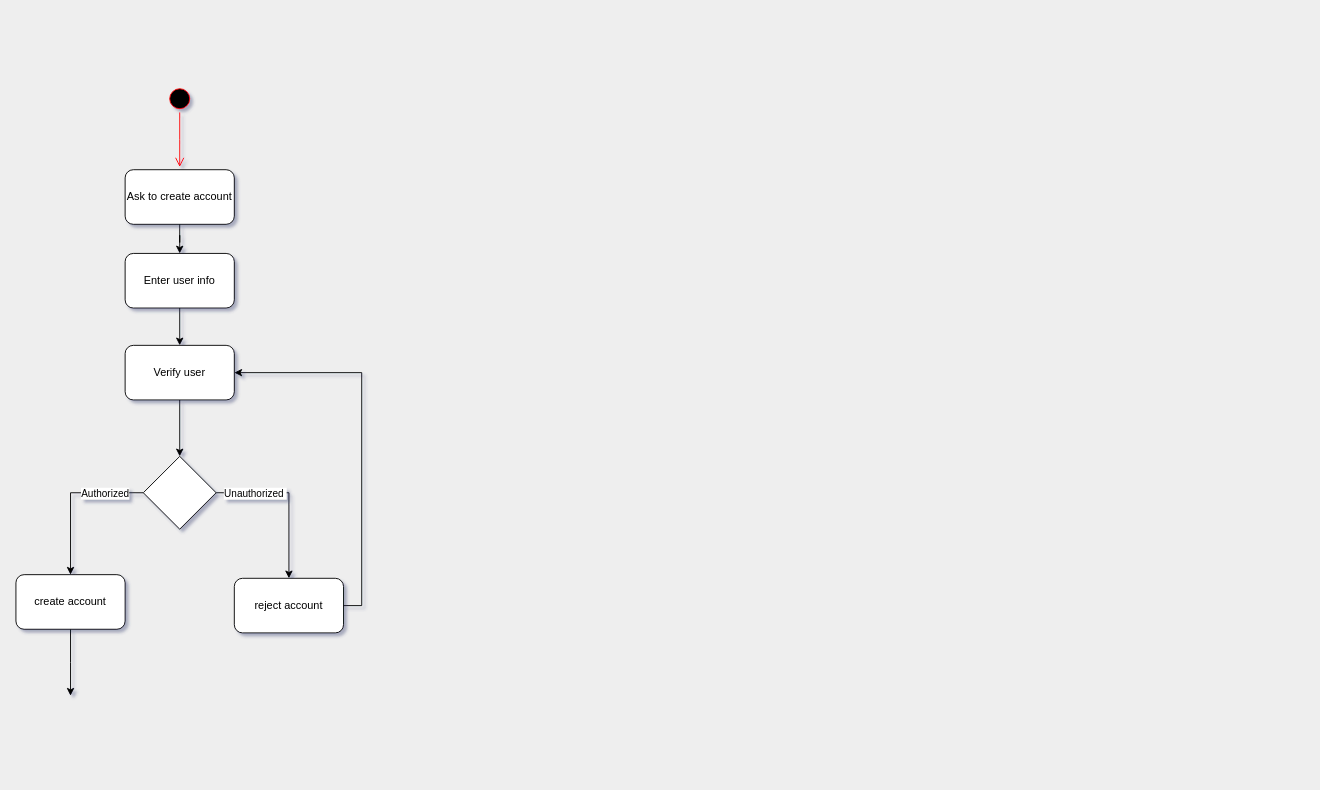
This is SchoolMSCalssDiagram.drawio from hassancodeanwar/Python_Pojects, a draw.io file, before an edit. Source tidied: cells renumbered, new cells numbered last; positions are measured from the earlier drawing's top-left corner, leaving out a move shared by most shapes. Both pictures are drawn from the tidied source at 91%, with x=0, y=0 at pixel (15, 85).
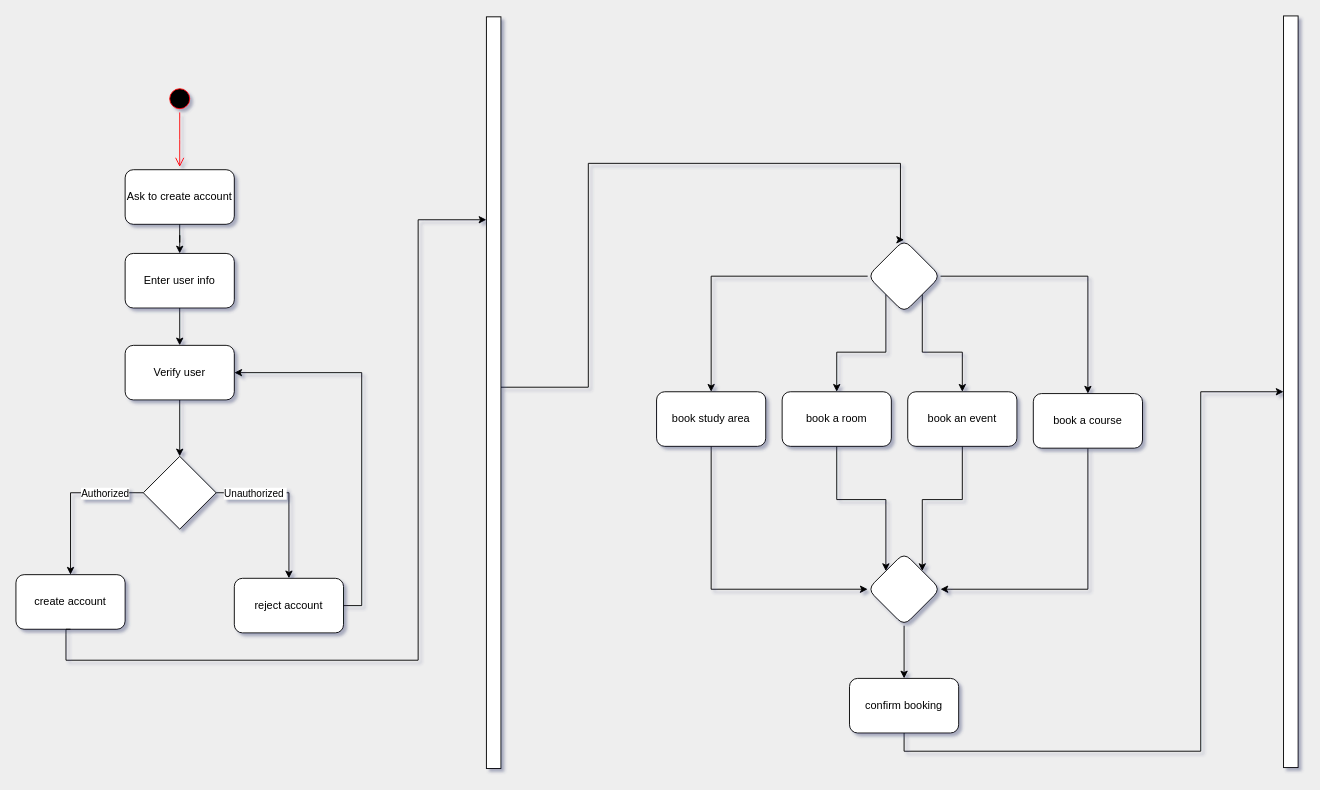
Above is the later version.

Unchanged cells that the change refers to:
```xml
<mxCell id="16" value="create account" style="rounded=1;whiteSpace=wrap;html=1;" parent="1" vertex="1">
  <mxGeometry y="538" width="120" height="60" as="geometry" />
</mxCell>
```

Change to the diagram source:
```diff
@@
-    <mxCell id="15" style="edgeStyle=orthogonalEdgeStyle;rounded=0;jettySize=auto;html=1;exitX=0.5;exitY=1;exitDx=0;exitDy=0;entryX=0.5;entryY=0;entryDx=0;entryDy=0;" parent="1" edge="1" source="16">
-      <mxGeometry relative="1" as="geometry">
-        <mxPoint x="60" y="671" as="targetPoint" />
-      </mxGeometry>
-    </mxCell>
@@
+    <mxCell id="19" style="edgeStyle=orthogonalEdgeStyle;rounded=0;jettySize=auto;html=1;" parent="1" edge="1" source="23" target="25">
+      <mxGeometry relative="1" as="geometry" />
+    </mxCell>
+    <mxCell id="20" style="edgeStyle=orthogonalEdgeStyle;rounded=0;jettySize=auto;html=1;" parent="1" edge="1" source="23" target="27">
+      <mxGeometry relative="1" as="geometry" />
+    </mxCell>
+    <mxCell id="21" style="edgeStyle=orthogonalEdgeStyle;rounded=0;jettySize=auto;html=1;exitX=1;exitY=1;exitDx=0;exitDy=0;entryX=0.5;entryY=0;entryDx=0;entryDy=0;" parent="1" edge="1" source="23" target="31">
+      <mxGeometry relative="1" as="geometry" />
+    </mxCell>
+    <mxCell id="22" style="edgeStyle=orthogonalEdgeStyle;rounded=0;jettySize=auto;html=1;exitX=0;exitY=1;exitDx=0;exitDy=0;entryX=0.5;entryY=0;entryDx=0;entryDy=0;" parent="1" edge="1" source="23" target="29">
+      <mxGeometry relative="1" as="geometry" />
+    </mxCell>
+    <mxCell id="23" style="rhombus;whiteSpace=wrap;html=1;rounded=1;" parent="1" vertex="1">
+      <mxGeometry x="936" y="170" width="80" height="80" as="geometry" />
+    </mxCell>
+    <mxCell id="24" style="edgeStyle=orthogonalEdgeStyle;rounded=0;jettySize=auto;html=1;exitX=0.5;exitY=1;exitDx=0;exitDy=0;entryX=0;entryY=0.5;entryDx=0;entryDy=0;" parent="1" edge="1" source="25" target="33">
+      <mxGeometry relative="1" as="geometry" />
+    </mxCell>
+    <mxCell id="25" value="book study area" style="whiteSpace=wrap;html=1;rounded=1;" parent="1" vertex="1">
+      <mxGeometry x="704" y="337" width="120" height="60" as="geometry" />
+    </mxCell>
+    <mxCell id="26" style="edgeStyle=orthogonalEdgeStyle;rounded=0;jettySize=auto;html=1;exitX=0.5;exitY=1;exitDx=0;exitDy=0;entryX=1;entryY=0.5;entryDx=0;entryDy=0;" parent="1" edge="1" source="27" target="33">
+      <mxGeometry relative="1" as="geometry" />
+    </mxCell>
+    <mxCell id="27" value="book a course" style="whiteSpace=wrap;html=1;rounded=1;" parent="1" vertex="1">
+      <mxGeometry x="1118" y="339" width="120" height="60" as="geometry" />
+    </mxCell>
+    <mxCell id="28" style="edgeStyle=orthogonalEdgeStyle;rounded=0;jettySize=auto;html=1;entryX=0;entryY=0;entryDx=0;entryDy=0;" parent="1" edge="1" source="29" target="33">
+      <mxGeometry relative="1" as="geometry" />
+    </mxCell>
+    <mxCell id="29" value="book a room" style="whiteSpace=wrap;html=1;rounded=1;" parent="1" vertex="1">
+      <mxGeometry x="842" y="337" width="120" height="60" as="geometry" />
+    </mxCell>
+    <mxCell id="30" style="edgeStyle=orthogonalEdgeStyle;rounded=0;jettySize=auto;html=1;exitX=0.5;exitY=1;exitDx=0;exitDy=0;entryX=1;entryY=0;entryDx=0;entryDy=0;" parent="1" edge="1" source="31" target="33">
+      <mxGeometry relative="1" as="geometry" />
+    </mxCell>
+    <mxCell id="31" value="book an event" style="whiteSpace=wrap;html=1;rounded=1;" parent="1" vertex="1">
+      <mxGeometry x="980" y="337" width="120" height="60" as="geometry" />
+    </mxCell>
+    <mxCell id="32" style="edgeStyle=orthogonalEdgeStyle;rounded=0;jettySize=auto;html=1;" parent="1" edge="1" source="33" target="35">
+      <mxGeometry relative="1" as="geometry" />
+    </mxCell>
+    <mxCell id="33" style="rhombus;whiteSpace=wrap;html=1;rounded=1;" parent="1" vertex="1">
+      <mxGeometry x="936" y="514" width="80" height="80" as="geometry" />
+    </mxCell>
+    <mxCell id="34" style="edgeStyle=orthogonalEdgeStyle;rounded=0;jettySize=auto;html=1;exitX=0.5;exitY=1;exitDx=0;exitDy=0;" parent="1" edge="1" source="35" target="39">
+      <mxGeometry relative="1" as="geometry">
+        <Array as="points">
+          <mxPoint x="976" y="732" />
+          <mxPoint x="1302" y="732" />
+          <mxPoint x="1302" y="337" />
+        </Array>
+      </mxGeometry>
+    </mxCell>
+    <mxCell id="35" value="confirm booking" style="whiteSpace=wrap;html=1;rounded=1;" parent="1" vertex="1">
+      <mxGeometry x="916" y="652" width="120" height="60" as="geometry" />
+    </mxCell>
+    <mxCell id="36" style="edgeStyle=orthogonalEdgeStyle;rounded=0;jettySize=auto;html=1;exitX=0.5;exitY=1;exitDx=0;exitDy=0;" parent="1" edge="1" source="16" target="38">
+      <mxGeometry relative="1" as="geometry">
+        <Array as="points">
+          <mxPoint x="55" y="598" />
+          <mxPoint x="55" y="632" />
+          <mxPoint x="442" y="632" />
+          <mxPoint x="442" y="148" />
+        </Array>
+      </mxGeometry>
+    </mxCell>
+    <mxCell id="37" style="edgeStyle=orthogonalEdgeStyle;rounded=0;jettySize=auto;html=1;curved=0;entryX=0.5;entryY=0;entryDx=0;entryDy=0;" parent="1" edge="1" source="38" target="23">
+      <mxGeometry relative="1" as="geometry">
+        <Array as="points">
+          <mxPoint x="629" y="332" />
+          <mxPoint x="629" y="86" />
+          <mxPoint x="972" y="86" />
+          <mxPoint x="972" y="170" />
+        </Array>
+      </mxGeometry>
+    </mxCell>
+    <mxCell id="38" style="html=1;points=[[0,0,0,0,5],[0,1,0,0,-5],[1,0,0,0,5],[1,1,0,0,-5]];perimeter=orthogonalPerimeter;outlineConnect=0;targetShapes=umlLifeline;portConstraint=eastwest;newEdgeStyle={&quot;curved&quot;:0,&quot;rounded&quot;:0};" parent="1" vertex="1">
+      <mxGeometry x="517" y="-75" width="16" height="826" as="geometry" />
+    </mxCell>
+    <mxCell id="39" style="html=1;points=[[0,0,0,0,5],[0,1,0,0,-5],[1,0,0,0,5],[1,1,0,0,-5]];perimeter=orthogonalPerimeter;outlineConnect=0;targetShapes=umlLifeline;portConstraint=eastwest;newEdgeStyle={&quot;curved&quot;:0,&quot;rounded&quot;:0};" parent="1" vertex="1">
+      <mxGeometry x="1393" y="-76" width="16" height="826" as="geometry" />
+    </mxCell>
```
